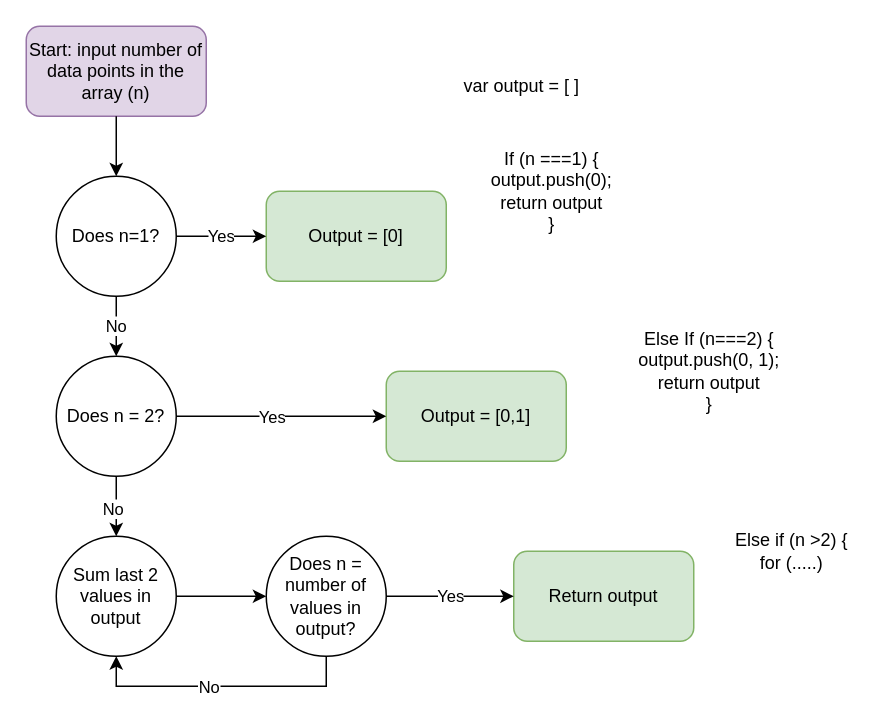
Earlier version of the draw.io diagram Untitled Diagram.drawio (saralutes/Web_Development_2022_Bootcamp_Lessons). Source tidied: cells renumbered, new cells numbered last; positions are measured from the earlier drawing's top-left corner, leaving out a move shared by most shapes. Both pictures are drawn from the tidied source at 150%, with x=0, y=0 at pixel (26, 26).
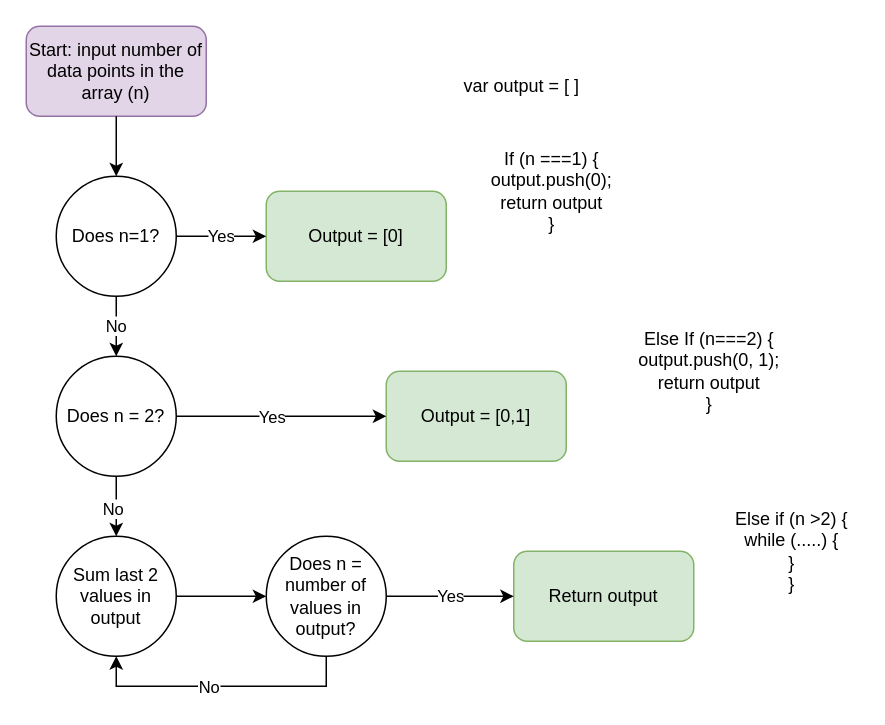
After the change.

Diff of the diagram source:
```diff
@@
-    <mxCell id="24" value="Else if (n &amp;gt;2) {&lt;br&gt;for (.....)" style="text;html=1;align=center;verticalAlign=middle;strokeColor=none;fillColor=none;" parent="1" vertex="1">
-      <mxGeometry x="465" y="335" width="90" height="30" as="geometry" />
+    <mxCell id="24" value="Else if (n &amp;gt;2) {&lt;br&gt;while (.....) {&lt;br&gt;}&lt;br&gt;}" style="text;html=1;align=center;verticalAlign=middle;strokeColor=none;fillColor=none;" parent="1" vertex="1">
+      <mxGeometry x="465" y="320" width="90" height="60" as="geometry" />
     </mxCell>
```
